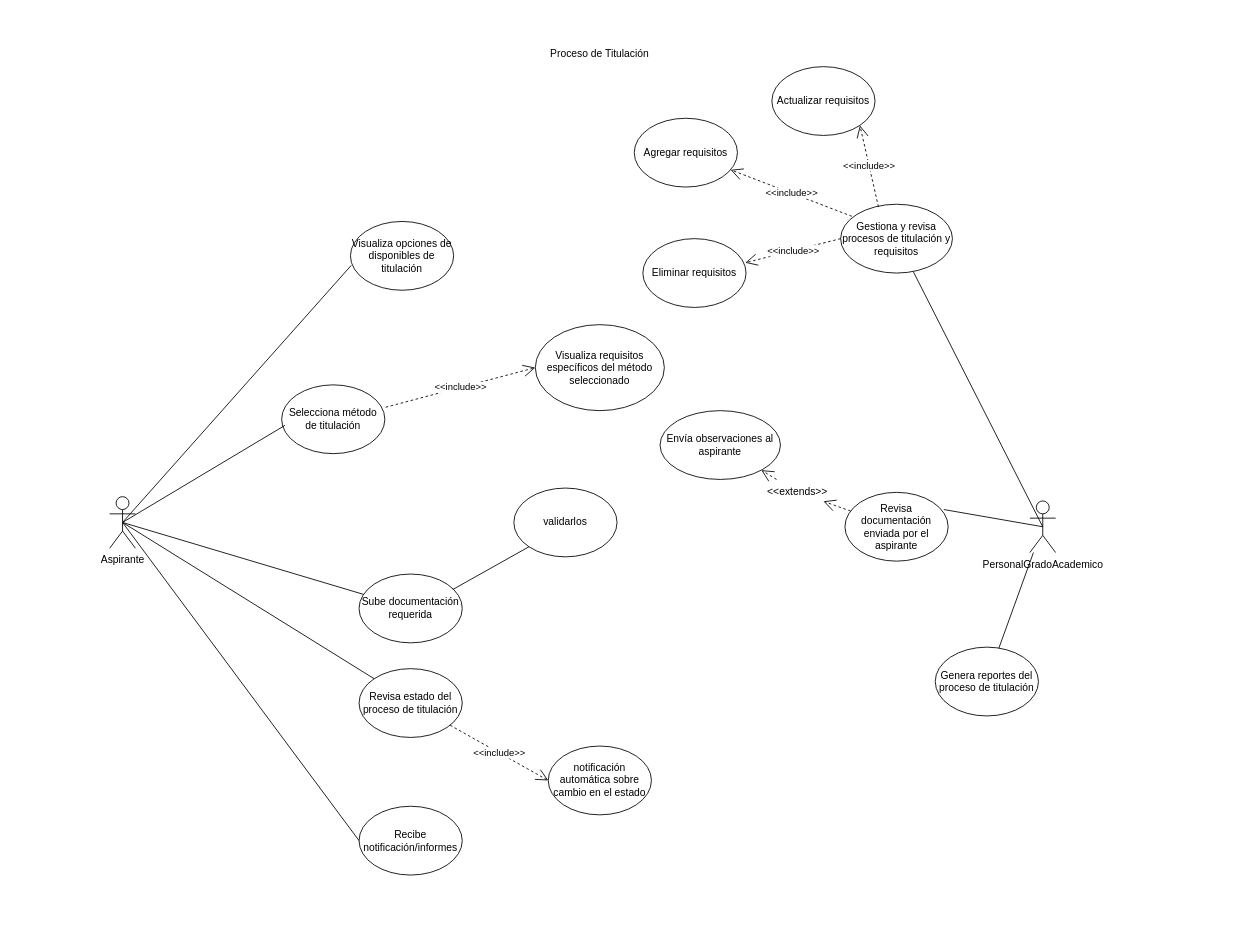
The draw.io diagram caso_uso_titulate.drawio in DrAtl30/potro_titulate, before the edit. Source tidied: cells renumbered, new cells numbered last; positions are measured from the earlier drawing's top-left corner, leaving out a move shared by most shapes. Both pictures are drawn from the tidied source at 86%, with x=0, y=0 at pixel (109, 40).
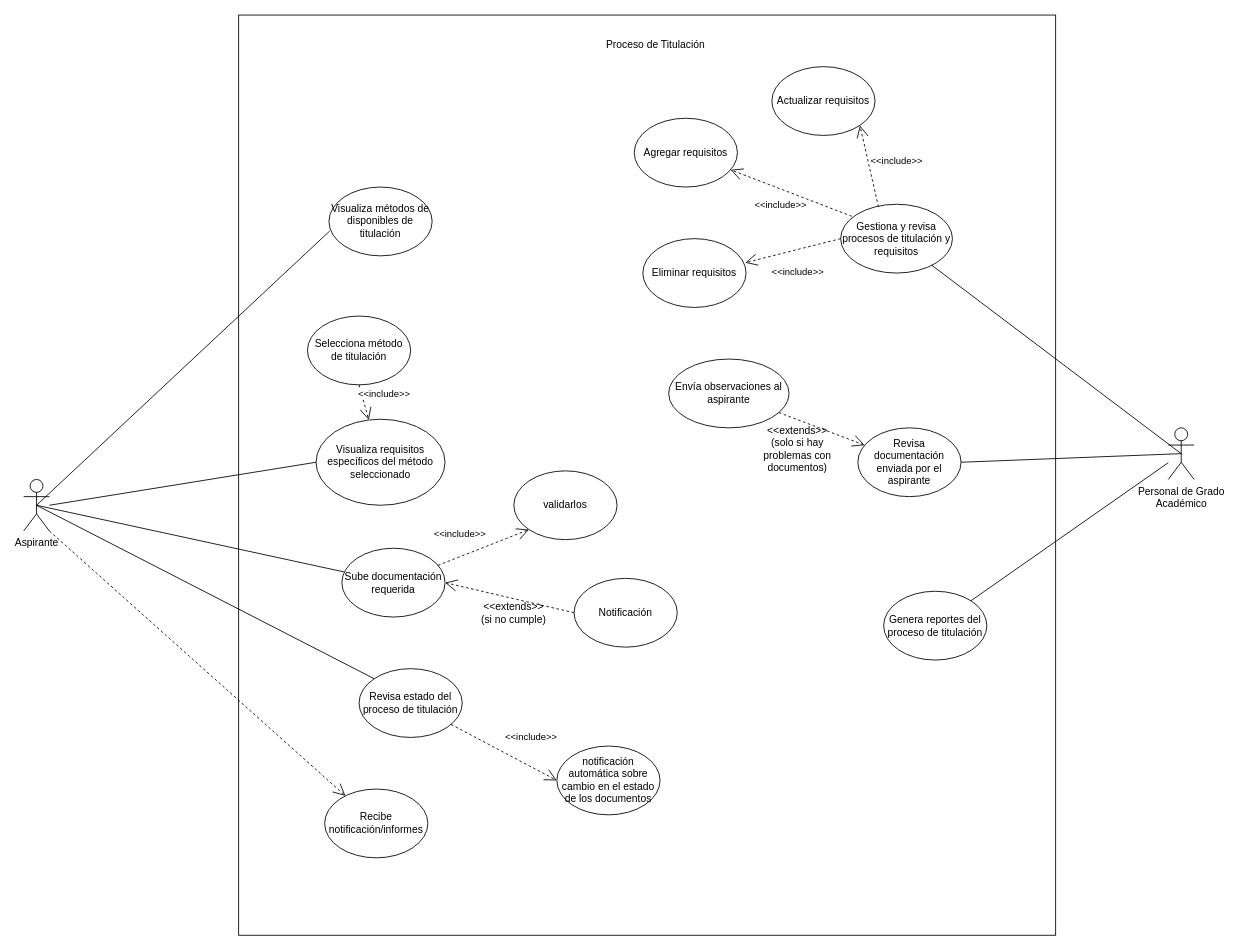
The same diagram, later.

Unchanged cells that the change refers to:
```xml
<mxCell id="7" value="Gestiona y revisa procesos de titulación y requisitos" style="ellipse;whiteSpace=wrap;html=1;" parent="1" vertex="1">
  <mxGeometry x="850" y="190" width="130" height="80" as="geometry" />
</mxCell>
<mxCell id="11" value="Revisa estado del proceso de titulación" style="ellipse;whiteSpace=wrap;html=1;" parent="1" vertex="1">
  <mxGeometry x="290" y="730" width="120" height="80" as="geometry" />
</mxCell>
<mxCell id="29" value="Eliminar requisitos" style="ellipse;whiteSpace=wrap;html=1;" parent="1" vertex="1">
  <mxGeometry x="620" y="230" width="120" height="80" as="geometry" />
</mxCell>
<mxCell id="30" value="Agregar requisitos" style="ellipse;whiteSpace=wrap;html=1;" parent="1" vertex="1">
  <mxGeometry x="610" y="90" width="120" height="80" as="geometry" />
</mxCell>
<mxCell id="31" value="Actualizar requisitos" style="ellipse;whiteSpace=wrap;html=1;" parent="1" vertex="1">
  <mxGeometry x="770" y="30" width="120" height="80" as="geometry" />
</mxCell>
```

The edit, as a diff of the source:
```diff
@@
+    <mxCell id="37" style="rounded=0;whiteSpace=wrap;html=1;" parent="1" vertex="1">
+      <mxGeometry x="150" y="-30" width="950" height="1070" as="geometry" />
+    </mxCell>
     <mxCell id="2" value="Aspirante" style="shape=umlActor;verticalLabelPosition=bottom;verticalAlign=top;html=1;outlineConnect=0;" parent="1" vertex="1">
-      <mxGeometry y="530" width="30" height="60" as="geometry" />
+      <mxGeometry x="-100" y="510" width="30" height="60" as="geometry" />
     </mxCell>
-    <mxCell id="3" value="PersonalGradoAcademico" style="shape=umlActor;verticalLabelPosition=bottom;verticalAlign=top;html=1;outlineConnect=0;" parent="1" vertex="1">
-      <mxGeometry x="1070" y="535" width="30" height="60" as="geometry" />
+    <mxCell id="3" value="&lt;div&gt;Personal de Grado&lt;/div&gt;&lt;div&gt;Académico&lt;br&gt;&lt;/div&gt;" style="shape=umlActor;verticalLabelPosition=bottom;verticalAlign=top;html=1;outlineConnect=0;" parent="1" vertex="1">
+      <mxGeometry x="1231" y="450" width="30" height="60" as="geometry" />
     </mxCell>
     <mxCell id="4" value="validarlos" style="ellipse;whiteSpace=wrap;html=1;" parent="1" vertex="1">
-      <mxGeometry x="470" y="520" width="120" height="80" as="geometry" />
+      <mxGeometry x="470" y="500" width="120" height="80" as="geometry" />
     </mxCell>
     <mxCell id="5" value="Sube documentación requerida" style="ellipse;whiteSpace=wrap;html=1;" parent="1" vertex="1">
-      <mxGeometry x="290" y="620" width="120" height="80" as="geometry" />
+      <mxGeometry x="270" y="590" width="120" height="80" as="geometry" />
     </mxCell>
     <mxCell id="6" value="Revisa documentación enviada por el aspirante" style="ellipse;whiteSpace=wrap;html=1;" parent="1" vertex="1">
-      <mxGeometry x="855" y="525" width="120" height="80" as="geometry" />
+      <mxGeometry x="870" y="450" width="120" height="80" as="geometry" />
     </mxCell>
@@
-    <mxCell id="8" value="Visualiza opciones de disponibles de titulación" style="ellipse;whiteSpace=wrap;html=1;" parent="1" vertex="1">
-      <mxGeometry x="280" y="210" width="120" height="80" as="geometry" />
+    <mxCell id="8" value="Visualiza métodos de disponibles de titulación" style="ellipse;whiteSpace=wrap;html=1;" parent="1" vertex="1">
+      <mxGeometry x="255" y="170" width="120" height="80" as="geometry" />
     </mxCell>
     <mxCell id="9" value="Selecciona método de titulación" style="ellipse;whiteSpace=wrap;html=1;" parent="1" vertex="1">
-      <mxGeometry x="200" y="400" width="120" height="80" as="geometry" />
+      <mxGeometry x="230" y="320" width="120" height="80" as="geometry" />
     </mxCell>
     <mxCell id="10" value="Visualiza requisitos específicos del método seleccionado" style="ellipse;whiteSpace=wrap;html=1;" parent="1" vertex="1">
-      <mxGeometry x="495" y="330" width="150" height="100" as="geometry" />
+      <mxGeometry x="240" y="440" width="150" height="100" as="geometry" />
     </mxCell>
@@
     <mxCell id="12" value="Recibe notificación/informes" style="ellipse;whiteSpace=wrap;html=1;" parent="1" vertex="1">
-      <mxGeometry x="290" y="890" width="120" height="80" as="geometry" />
+      <mxGeometry x="250" y="870" width="120" height="80" as="geometry" />
     </mxCell>
-    <mxCell id="13" value="Envía observaciones al aspirante " style="ellipse;whiteSpace=wrap;html=1;" parent="1" vertex="1">
-      <mxGeometry x="640" y="430" width="140" height="80" as="geometry" />
-    </mxCell>
     <mxCell id="14" value="Genera reportes del proceso de titulación" style="ellipse;whiteSpace=wrap;html=1;" parent="1" vertex="1">
-      <mxGeometry x="960" y="705" width="120" height="80" as="geometry" />
+      <mxGeometry x="900" y="640" width="120" height="80" as="geometry" />
     </mxCell>
     <mxCell id="15" value="Proceso de Titulación" style="text;html=1;align=center;verticalAlign=middle;whiteSpace=wrap;rounded=0;" parent="1" vertex="1">
-      <mxGeometry x="495" width="150" height="30" as="geometry" />
+      <mxGeometry x="560" y="-10" width="150" height="30" as="geometry" />
     </mxCell>
@@
-    <mxCell id="18" style="endArrow=open;endSize=12;dashed=1;html=1;rounded=0;" parent="1" edge="1" source="26" target="13">
-      <mxGeometry relative="1" as="geometry" />
-    </mxCell>
@@
-    <mxCell id="20" style="endArrow=none;html=1;rounded=0;entryX=0.5;entryY=0.5;entryDx=0;entryDy=0;entryPerimeter=0;exitX=1;exitY=0.5;exitDx=0;exitDy=0;" parent="1" edge="1" target="3">
-      <mxGeometry relative="1" as="geometry">
-        <mxPoint x="970" y="545" as="sourcePoint" />
-      </mxGeometry>
+    <mxCell id="20" style="endArrow=none;html=1;rounded=0;entryX=0.5;entryY=0.5;entryDx=0;entryDy=0;entryPerimeter=0;exitX=1;exitY=0.5;exitDx=0;exitDy=0;" parent="1" edge="1" source="6" target="3">
+      <mxGeometry relative="1" as="geometry" />
     </mxCell>
@@
-    <mxCell id="22" style="endArrow=none;html=1;rounded=0;entryX=0.033;entryY=0.588;entryDx=0;entryDy=0;entryPerimeter=0;exitX=0.5;exitY=0.5;exitDx=0;exitDy=0;exitPerimeter=0;" parent="1" edge="1" source="2" target="9">
-      <mxGeometry relative="1" as="geometry" />
-    </mxCell>
@@
-    <mxCell id="24" style="endArrow=none;html=1;rounded=0;entryX=0;entryY=0.5;entryDx=0;entryDy=0;exitX=0.5;exitY=0.5;exitDx=0;exitDy=0;exitPerimeter=0;" parent="1" edge="1" source="2" target="12">
-      <mxGeometry relative="1" as="geometry" />
-    </mxCell>
-    <mxCell id="25" style="endArrow=open;endSize=12;dashed=1;html=1;rounded=0;" parent="1" edge="1" source="6" target="26">
-      <mxGeometry relative="1" as="geometry" />
-    </mxCell>
-    <mxCell id="26" value="&amp;lt;&amp;lt;extends&amp;gt;&amp;gt;" style="text;html=1;align=center;verticalAlign=middle;whiteSpace=wrap;rounded=0;" parent="1" vertex="1">
-      <mxGeometry x="770" y="510" width="60" height="30" as="geometry" />
-    </mxCell>
-    <mxCell id="27" value="notificación automática sobre cambio en el estado " style="ellipse;whiteSpace=wrap;html=1;" parent="1" vertex="1">
-      <mxGeometry x="510" y="820" width="120" height="80" as="geometry" />
+    <mxCell id="27" value="notificación automática sobre cambio en el estado de los documentos" style="ellipse;whiteSpace=wrap;html=1;" parent="1" vertex="1">
+      <mxGeometry x="520" y="820" width="120" height="80" as="geometry" />
     </mxCell>
-    <mxCell id="28" style="endArrow=none;html=1;rounded=0;exitX=0.908;exitY=0.225;exitDx=0;exitDy=0;exitPerimeter=0;entryX=0;entryY=1;entryDx=0;entryDy=0;" parent="1" edge="1" source="5" target="4">
-      <mxGeometry relative="1" as="geometry" />
-    </mxCell>
@@
     <mxCell id="32" value="&amp;lt;&amp;lt;include&amp;gt;&amp;gt;" style="endArrow=open;endSize=12;dashed=1;html=1;rounded=0;entryX=1;entryY=1;entryDx=0;entryDy=0;exitX=0.338;exitY=0.038;exitDx=0;exitDy=0;exitPerimeter=0;" parent="1" edge="1" source="7" target="31">
-      <mxGeometry relative="1" as="geometry" />
+      <mxGeometry x="-0.03" y="-32" relative="1" as="geometry" />
     </mxCell>
     <mxCell id="33" value="&amp;lt;&amp;lt;include&amp;gt;&amp;gt;" style="endArrow=open;endSize=12;dashed=1;html=1;rounded=0;exitX=0.1;exitY=0.175;exitDx=0;exitDy=0;exitPerimeter=0;" parent="1" edge="1" source="7" target="30">
-      <mxGeometry relative="1" as="geometry" />
+      <mxGeometry x="0.09" y="17" relative="1" as="geometry" />
     </mxCell>
     <mxCell id="34" value="&amp;lt;&amp;lt;include&amp;gt;&amp;gt;" style="endArrow=open;endSize=12;dashed=1;html=1;rounded=0;exitX=0;exitY=0.5;exitDx=0;exitDy=0;entryX=0.992;entryY=0.35;entryDx=0;entryDy=0;entryPerimeter=0;" parent="1" edge="1" source="7" target="29">
-      <mxGeometry relative="1" as="geometry" />
+      <mxGeometry x="0.02" y="27" relative="1" as="geometry">
+        <mxPoint y="-1" as="offset" />
+      </mxGeometry>
     </mxCell>
-    <mxCell id="35" value="&amp;lt;&amp;lt;include&amp;gt;&amp;gt;" style="endArrow=open;endSize=12;dashed=1;html=1;rounded=0;exitX=1.008;exitY=0.325;exitDx=0;exitDy=0;exitPerimeter=0;entryX=0;entryY=0.5;entryDx=0;entryDy=0;" parent="1" edge="1" source="9" target="10">
-      <mxGeometry relative="1" as="geometry" />
+    <mxCell id="35" value="&amp;lt;&amp;lt;include&amp;gt;&amp;gt;" style="endArrow=open;endSize=12;dashed=1;html=1;rounded=0;exitX=0.5;exitY=1;exitDx=0;exitDy=0;" parent="1" edge="1" source="9" target="10">
+      <mxGeometry x="-0.17" y="25" relative="1" as="geometry" />
     </mxCell>
     <mxCell id="36" value="&amp;lt;&amp;lt;include&amp;gt;&amp;gt;" style="endArrow=open;endSize=12;dashed=1;html=1;rounded=0;entryX=0;entryY=0.5;entryDx=0;entryDy=0;" parent="1" edge="1" source="11" target="27">
-      <mxGeometry relative="1" as="geometry" />
+      <mxGeometry x="0.28" y="30" relative="1" as="geometry" />
     </mxCell>
+    <mxCell id="28" value="&amp;lt;&amp;lt;include&amp;gt;&amp;gt;" style="endArrow=open;endSize=12;dashed=1;html=1;rounded=0;entryX=0;entryY=1;entryDx=0;entryDy=0;" parent="1" edge="1" source="5" target="4">
+      <mxGeometry x="-0.34" y="25" relative="1" as="geometry" />
+    </mxCell>
+    <mxCell id="38" value="Notificación" style="ellipse;whiteSpace=wrap;html=1;" parent="1" vertex="1">
+      <mxGeometry x="540" y="625" width="120" height="80" as="geometry" />
+    </mxCell>
+    <mxCell id="39" style="endArrow=open;endSize=12;dashed=1;html=1;rounded=0;exitX=0;exitY=0.5;exitDx=0;exitDy=0;entryX=1;entryY=0.5;entryDx=0;entryDy=0;" parent="1" edge="1" source="38" target="5">
+      <mxGeometry relative="1" as="geometry" />
+    </mxCell>
+    <mxCell id="40" value="&lt;div&gt;&amp;lt;&amp;lt;extends&amp;gt;&amp;gt;&lt;/div&gt;&lt;div&gt;(si no cumple)&lt;br&gt;&lt;/div&gt;" style="text;html=1;align=center;verticalAlign=middle;whiteSpace=wrap;rounded=0;" parent="1" vertex="1">
+      <mxGeometry x="430" y="650" width="80" height="30" as="geometry" />
+    </mxCell>
+    <mxCell id="41" style="edgeStyle=orthogonalEdgeStyle;rounded=0;orthogonalLoop=1;jettySize=auto;html=1;exitX=0.5;exitY=1;exitDx=0;exitDy=0;" parent="1" edge="1" source="40" target="40">
+      <mxGeometry relative="1" as="geometry" />
+    </mxCell>
+    <mxCell id="42" style="endArrow=none;html=1;rounded=0;entryX=0;entryY=0.5;entryDx=0;entryDy=0;" parent="1" edge="1" target="10">
+      <mxGeometry relative="1" as="geometry">
+        <mxPoint x="-70" y="540" as="sourcePoint" />
+      </mxGeometry>
+    </mxCell>
+    <mxCell id="24" style="endArrow=open;endSize=12;dashed=1;html=1;rounded=0;exitX=1;exitY=1;exitDx=0;exitDy=0;exitPerimeter=0;" parent="1" edge="1" source="2" target="12">
+      <mxGeometry relative="1" as="geometry" />
+    </mxCell>
+    <mxCell id="13" value="Envía observaciones al aspirante " style="ellipse;whiteSpace=wrap;html=1;" parent="1" vertex="1">
+      <mxGeometry x="650" y="370" width="140" height="80" as="geometry" />
+    </mxCell>
+    <mxCell id="43" style="endArrow=open;endSize=12;dashed=1;html=1;rounded=0;" parent="1" edge="1" source="13" target="6">
+      <mxGeometry relative="1" as="geometry" />
+    </mxCell>
+    <mxCell id="44" value="&lt;div&gt;&amp;lt;&amp;lt;extends&amp;gt;&amp;gt;&lt;/div&gt;&lt;div&gt;(solo si hay problemas con documentos)&lt;br&gt;&lt;/div&gt;" style="text;html=1;align=center;verticalAlign=middle;whiteSpace=wrap;rounded=0;" parent="1" vertex="1">
+      <mxGeometry x="740" y="460" width="120" height="30" as="geometry" />
+    </mxCell>
+    <mxCell id="45" style="edgeStyle=orthogonalEdgeStyle;rounded=0;orthogonalLoop=1;jettySize=auto;html=1;exitX=0.5;exitY=1;exitDx=0;exitDy=0;" parent="1" edge="1" source="44" target="44">
+      <mxGeometry relative="1" as="geometry" />
+    </mxCell>
```
